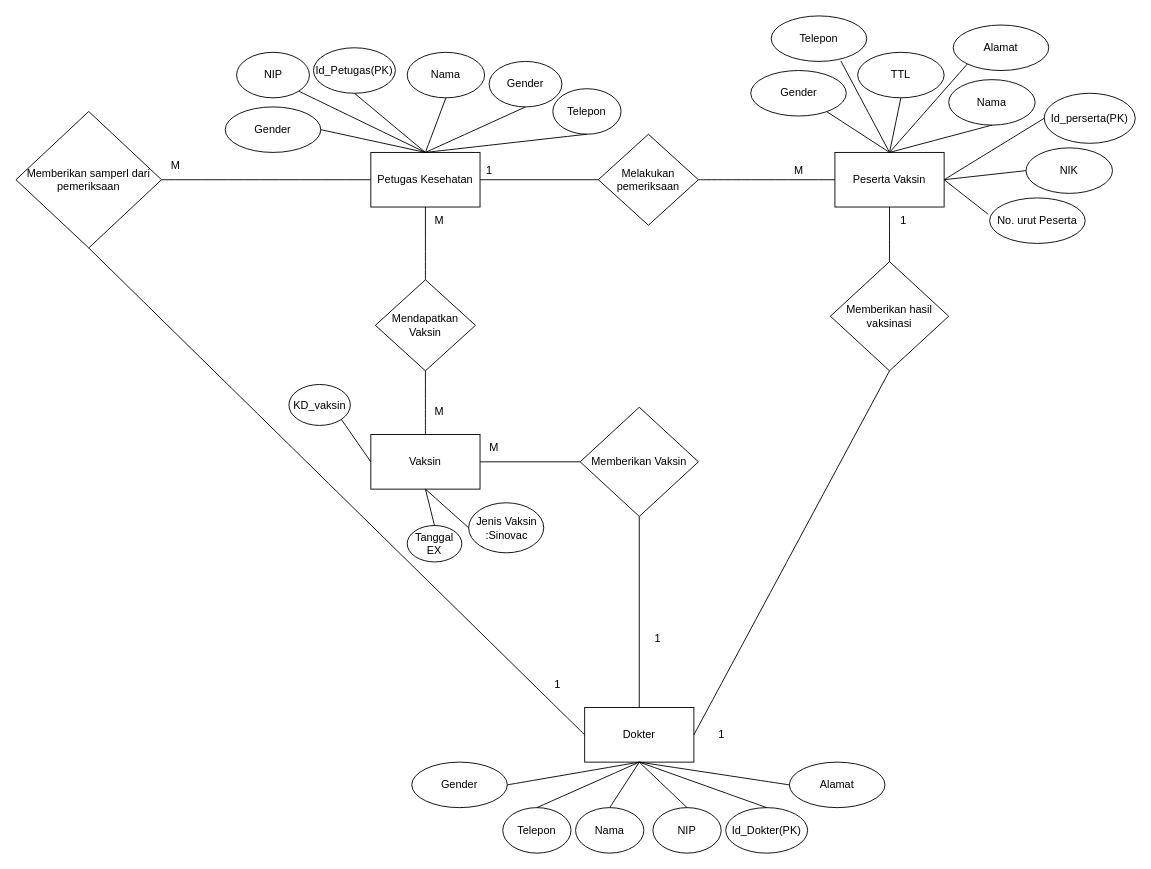
This is ERDtugas.drawio from Malikdeensial/RekammedisRumahsehatXYZ, a draw.io file, before an edit. Source tidied: cells renumbered, new cells numbered last; positions are measured from the earlier drawing's top-left corner, leaving out a move shared by most shapes. Both pictures are drawn from the tidied source at 91%, with x=0, y=0 at pixel (15, 15).
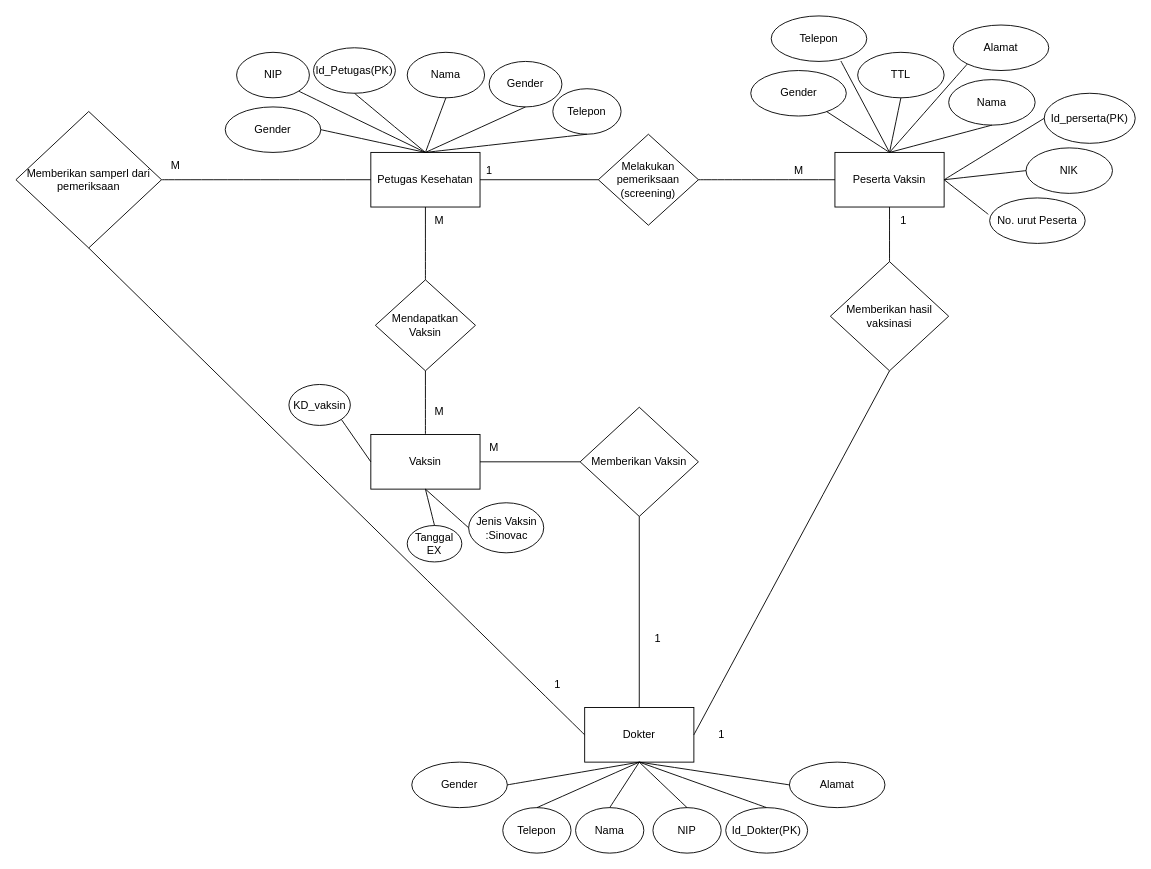
Above is the later version.

The edit, as a diff of the source:
```diff
@@
-    <mxCell id="6" value="Melakukan pemeriksaan" style="rhombus;whiteSpace=wrap;html=1;" parent="1" vertex="1">
+    <mxCell id="6" value="Melakukan pemeriksaan (screening)" style="rhombus;whiteSpace=wrap;html=1;" parent="1" vertex="1">
       <mxGeometry x="640" y="130" width="110" height="100" as="geometry" />
     </mxCell>
```
